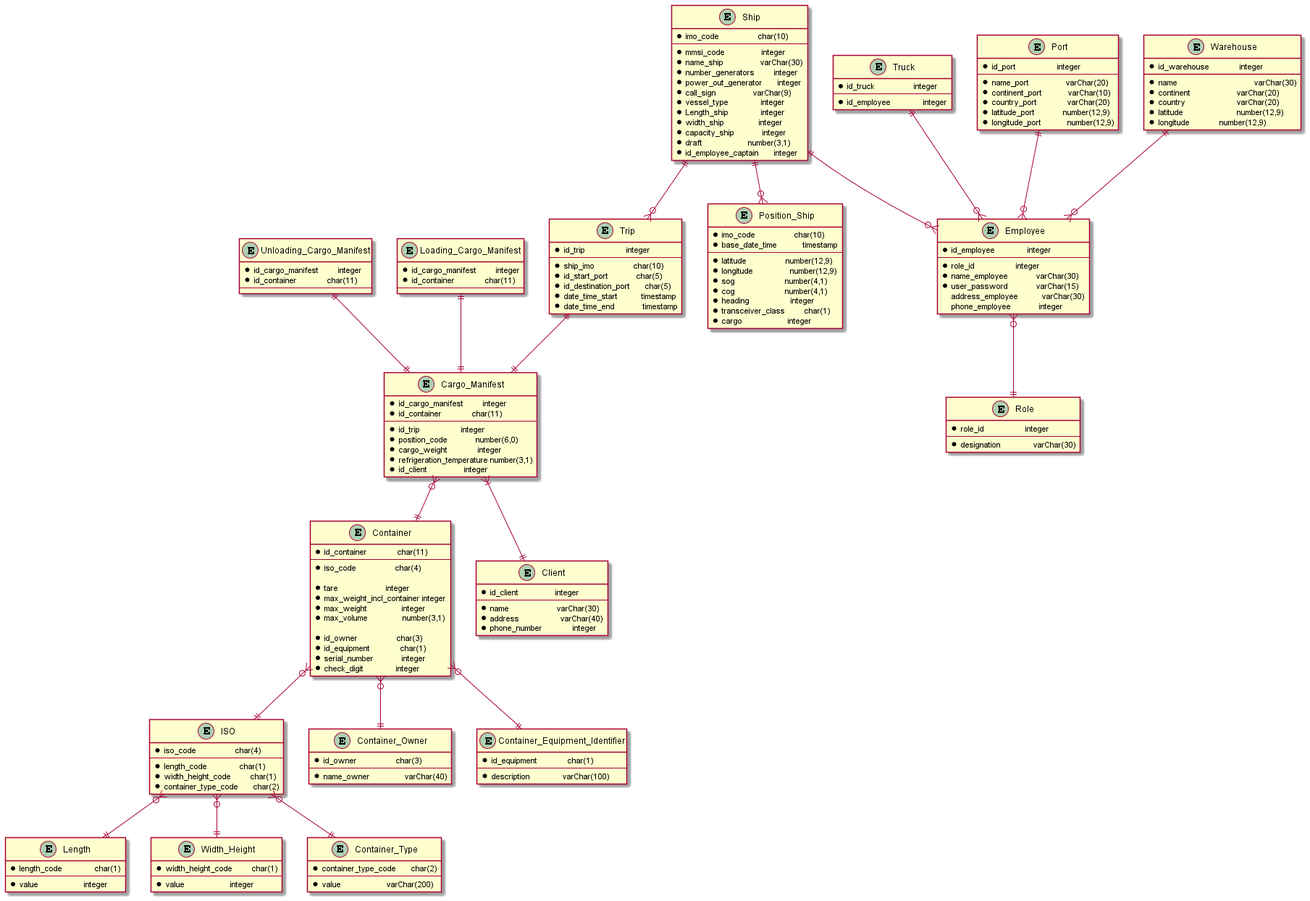
Earlier version of the PlantUML export docs/Sprint 3/US/US108/physical_model.png (1190772/LAB-Project-3). Source of this version:
```plantuml
@startuml

entity Trip {
* id_trip                   integer
--
* ship_imo                  char(10)
* id_start_port             char(5)
* id_destination_port       char(5)
* date_time_start           timestamp
* date_time_end             timestamp
}

entity Container {
* id_container              char(11)
--
* iso_code                  char(4)

* tare                      integer
* max_weight_incl_container integer
* max_weight                integer
* max_volume                number(3,1)

* id_owner                  char(3)
* id_equipment              char(1)
* serial_number             integer
* check_digit               integer
}

entity ISO {
* iso_code                  char(4)
--
* length_code               char(1)
* width_height_code         char(1)
* container_type_code       char(2)
}

entity Length {
* length_code               char(1)
--
* value                     integer
}

entity Width_Height {
* width_height_code         char(1)
--
* value                     integer
}

entity Container_Type {
* container_type_code       char(2)
--
* value                     varChar(200)
}

entity Cargo_Manifest {
* id_cargo_manifest         integer
* id_container              char(11)
--
* id_trip                   integer
* position_code             number(6,0)
* cargo_weight              integer
* refrigeration_temperature number(3,1)
* id_client                 integer
}

entity Unloading_Cargo_Manifest {
* id_cargo_manifest         integer
* id_container              char(11)
--
}

entity Loading_Cargo_Manifest {
* id_cargo_manifest         integer
* id_container              char(11)
--
}

entity Truck {
* id_truck                  integer
--
* id_employee               integer
}

entity Ship {
* imo_code                  char(10)
--
* mmsi_code                 integer
* name_ship                 varChar(30)
* number_generators         integer
* power_out_generator       integer
* call_sign                 varChar(9)
* vessel_type               integer
* Length_ship               integer
* width_ship                integer
* capacity_ship             integer
* draft                     number(3,1)
* id_employee_captain       integer
}

entity Port {
* id_port                   integer
--
* name_port                 varChar(20)
* continent_port            varChar(10)
* country_port              varChar(20)
* latitude_port             number(12,9)
* longitude_port            number(12,9)
}

entity Warehouse {
* id_warehouse              integer
* name    	   			    varChar(30)
* continent		    	    varChar(20)
* country	         	    varChar(20)
* latitude		    	    number(12,9)
* longitude 	    	    number(12,9)
}

entity Employee{
* id_employee               integer
--
* role_id                   integer
* name_employee             varChar(30)
* user_password             varChar(15)
 address_employee           varChar(30)
 phone_employee             integer
}

entity Position_Ship {
* imo_code                  char(10)
* base_date_time            timestamp
--
* latitude                  number(12,9)
* longitude                 number(12,9)
* sog                       number(4,1)
* cog                       number(4,1)
* heading                   integer
* transceiver_class         char(1)
* cargo                     integer
}

entity Role {
* role_id                   integer
--
* designation               varChar(30)
}

entity Client {
* id_client                 integer
--
* name                      varChar(30)
* address                   varChar(40)
* phone_number              integer
}

entity Container_Owner {
* id_owner                  char(3)
--
* name_owner                varChar(40)
}

entity Container_Equipment_Identifier {
* id_equipment              char(1)
--
* description               varChar(100)
}

ISO }o--|| Length
ISO }o--|| Width_Height
ISO }o--|| Container_Type


Container }o--|| Container_Owner
Container }o--|| Container_Equipment_Identifier
Container }o--|| ISO
Trip ||--|| Cargo_Manifest
Cargo_Manifest }o--|| Container
Cargo_Manifest }|--|| Client
Ship ||--o{ Position_Ship

Truck ||--o{ Employee
Ship ||--o{ Trip
Ship ||--o{ Employee
Warehouse ||--o{ Employee
Port ||--o{ Employee
Employee }o--|| Role

Unloading_Cargo_Manifest ||--|| Cargo_Manifest
Loading_Cargo_Manifest ||--|| Cargo_Manifest

@enduml
```
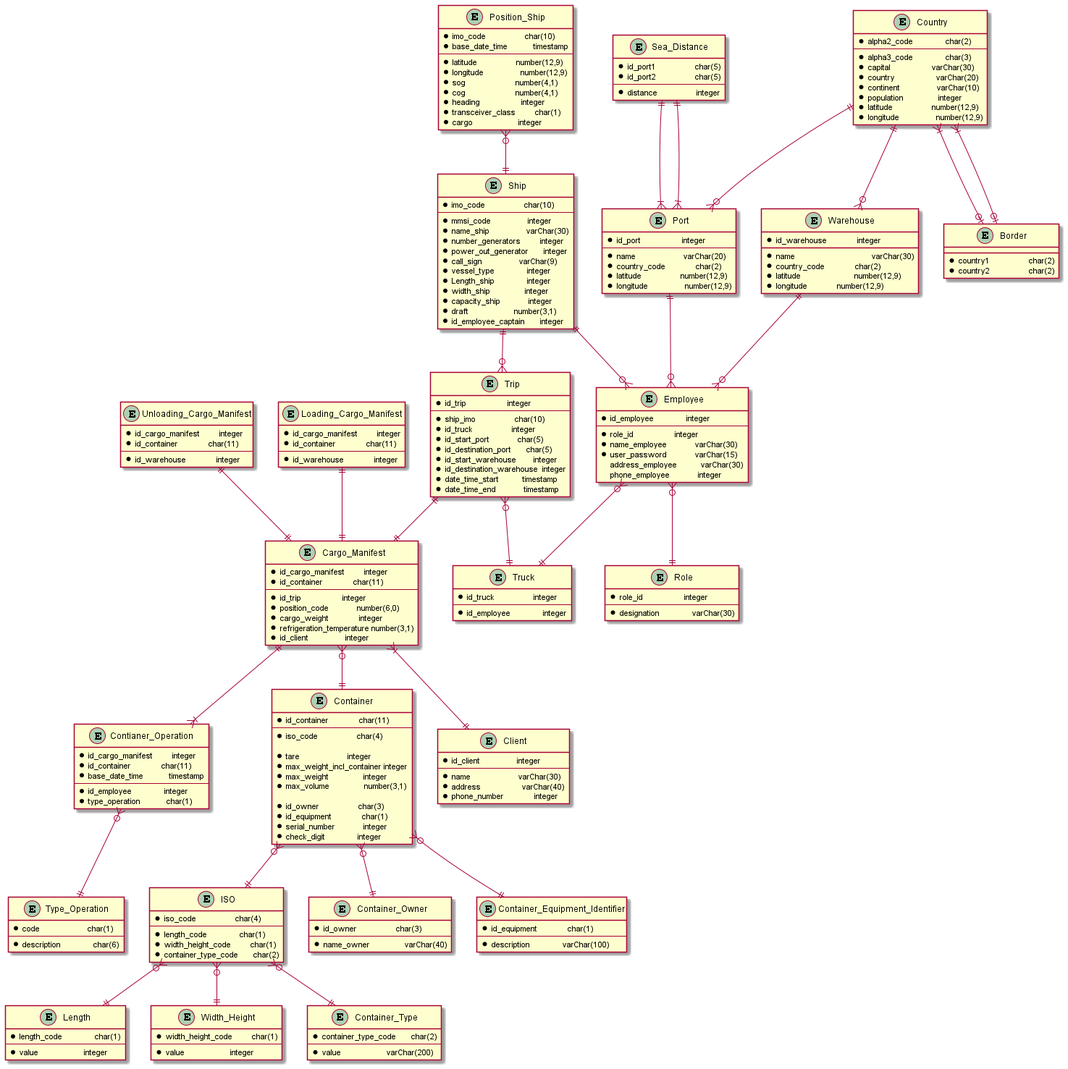
After the commit.

Commit message:
LAP22G33-112 #close Atualização do modelo relacional físico

Diff of the diagram source:
```diff
@@ -1,11 +1,30 @@
 @startuml
+
+entity Contianer_Operation {
+* id_cargo_manifest         integer
+* id_container              char(11)
+* base_date_time            timestamp
+--
+* id_employee               integer
+* type_operation            char(1)
+}
+
+entity Type_Operation {
+* code                      char(1)
+--
+* description               char(6)
+}
+
 
 entity Trip {
 * id_trip                   integer
 --
 * ship_imo                  char(10)
+* id_truck                  integer
 * id_start_port             char(5)
 * id_destination_port       char(5)
+* id_start_warehouse        integer
+* id_destination_warehouse  integer
 * date_time_start           timestamp
 * date_time_end             timestamp
 }
@@ -67,12 +86,14 @@
 * id_cargo_manifest         integer
 * id_container              char(11)
 --
+* id_warehouse              integer
 }
 
 entity Loading_Cargo_Manifest {
 * id_cargo_manifest         integer
 * id_container              char(11)
 --
+* id_warehouse              integer
 }
 
 entity Truck {
@@ -100,18 +121,16 @@
 entity Port {
 * id_port                   integer
 --
-* name_port                 varChar(20)
-* continent_port            varChar(10)
-* country_port              varChar(20)
-* latitude_port             number(12,9)
-* longitude_port            number(12,9)
+* name                      varChar(20)
+* country_code              char(2)
+* latitude                  number(12,9)
+* longitude                 number(12,9)
 }
 
 entity Warehouse {
 * id_warehouse              integer
 * name    	   			    varChar(30)
-* continent		    	    varChar(20)
-* country	         	    varChar(20)
+* country_code              char(2)
 * latitude		    	    number(12,9)
 * longitude 	    	    number(12,9)
 }
@@ -165,10 +184,34 @@
 * description               varChar(100)
 }
 
+entity Country {
+* alpha2_code               char(2)
+--
+* alpha3_code               char(3)
+* capital                   varChar(30)
+* country                   varChar(20)
+* continent                 varChar(10)
+* population                integer
+* latitude                  number(12,9)
+* longitude                 number(12,9)
+}
+
+entity Border {
+* country1                  char(2)
+* country2                  char(2)
+}
+
+entity Sea_Distance {
+* id_port1                  char(5)
+* id_port2                  char(5)
+--
+* distance                  integer
+}
+
+
 ISO }o--|| Length
 ISO }o--|| Width_Height
 ISO }o--|| Container_Type
-
 
 Container }o--|| Container_Owner
 Container }o--|| Container_Equipment_Identifier
@@ -176,9 +219,10 @@
 Trip ||--|| Cargo_Manifest
 Cargo_Manifest }o--|| Container
 Cargo_Manifest }|--|| Client
-Ship ||--o{ Position_Ship
+Position_Ship }o--|| Ship
 
-Truck ||--o{ Employee
+Employee }o--|| Truck
+Trip }o--|| Truck
 Ship ||--o{ Trip
 Ship ||--o{ Employee
 Warehouse ||--o{ Employee
@@ -188,4 +232,14 @@
 Unloading_Cargo_Manifest ||--|| Cargo_Manifest
 Loading_Cargo_Manifest ||--|| Cargo_Manifest
 
+Country ||--o{ Port
+Country ||--o{ Warehouse
+Country }|--o| Border
+Country }|--o| Border
+Sea_Distance ||--|{ Port
+Sea_Distance ||--|{ Port
+
+Cargo_Manifest ||--|{ Contianer_Operation
+Contianer_Operation }o--|| Type_Operation
+
 @enduml
```
